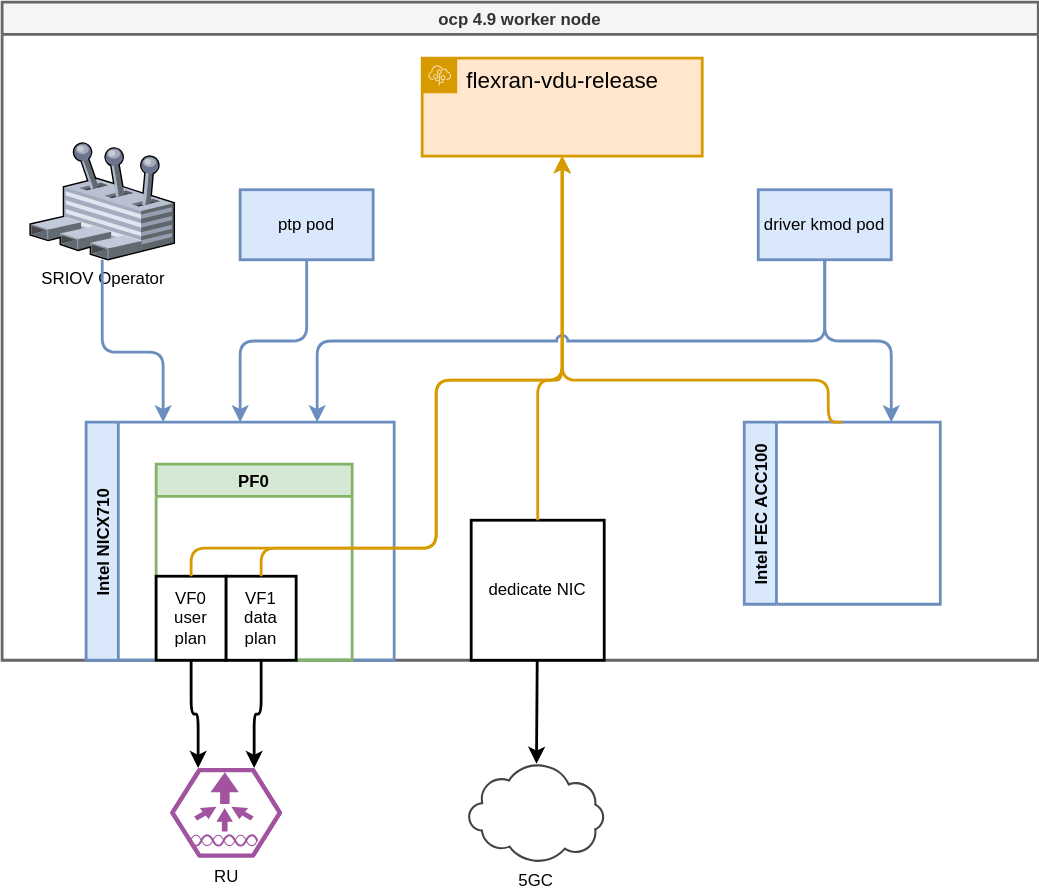
wangzheng422/docker_env keeps this draw.io diagram as redhat/ocp4/4.10/dia/4.10.flexran.pf.operator.drawio.svg. Above is the earlier version. Source tidied: cells renumbered, new cells last; positions are measured from the earlier drawing's top-left corner, leaving out a move shared by most shapes.
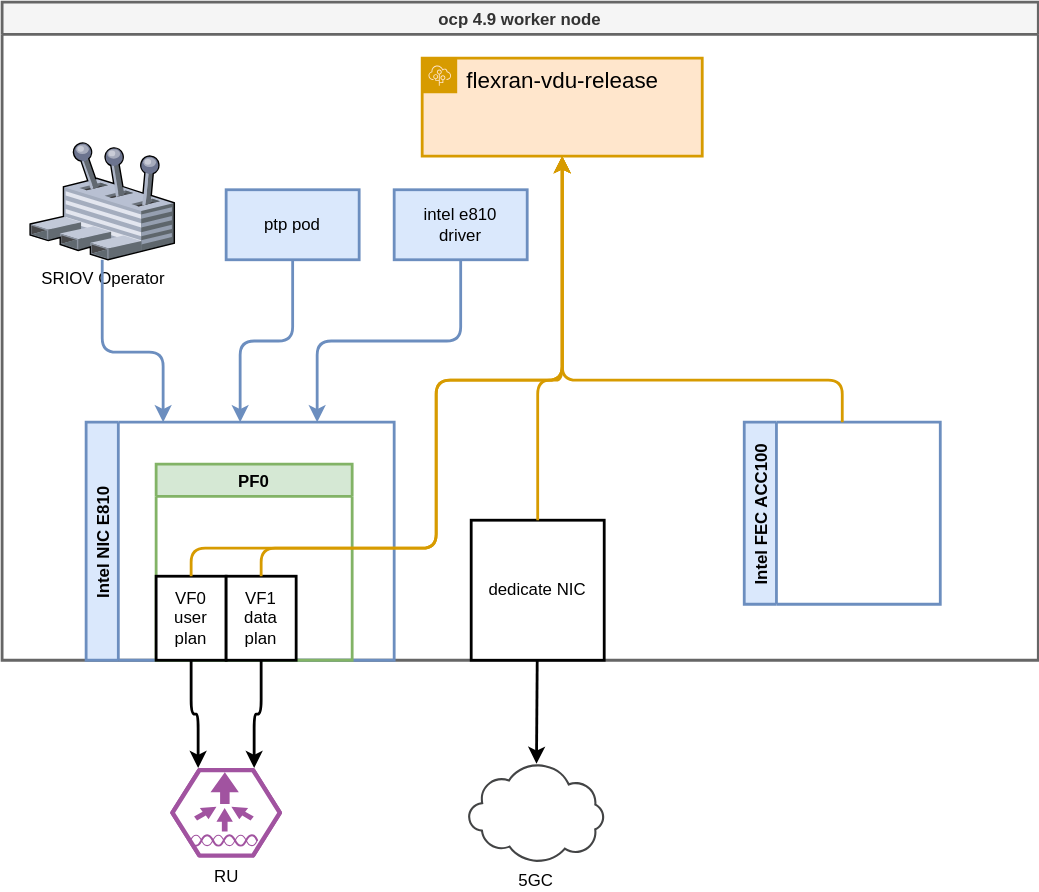
After the commit.

Change to the diagram source:
```diff
@@ -8,7 +8,7 @@
     <mxCell id="3" value="flexran-vdu-release" style="points=[[0,0],[0.25,0],[0.5,0],[0.75,0],[1,0],[1,0.25],[1,0.5],[1,0.75],[1,1],[0.75,1],[0.5,1],[0.25,1],[0,1],[0,0.75],[0,0.5],[0,0.25]];outlineConnect=0;html=1;whiteSpace=wrap;fontSize=16;fontStyle=0;shape=mxgraph.aws4.group;grIcon=mxgraph.aws4.group_elastic_beanstalk;strokeColor=#d79b00;fillColor=#ffe6cc;verticalAlign=top;align=left;spacingLeft=30;dashed=0;strokeWidth=2;" parent="2" vertex="1">
       <mxGeometry x="300" y="40" width="200" height="70" as="geometry" />
     </mxCell>
-    <mxCell id="4" value="Intel NICX710" style="swimlane;horizontal=0;strokeWidth=2;startSize=23;fillColor=#dae8fc;strokeColor=#6c8ebf;" parent="2" vertex="1">
+    <mxCell id="4" value="Intel NIC E810" style="swimlane;horizontal=0;strokeWidth=2;startSize=23;fillColor=#dae8fc;strokeColor=#6c8ebf;" parent="2" vertex="1">
       <mxGeometry x="60" y="300" width="220" height="170" as="geometry" />
     </mxCell>
     <mxCell id="5" value="PF0" style="swimlane;strokeWidth=2;fillColor=#d5e8d4;strokeColor=#82b366;" parent="4" vertex="1">
@@ -57,12 +57,9 @@
         </Array>
       </mxGeometry>
     </mxCell>
-    <mxCell id="14" value="driver kmod pod" style="rounded=0;whiteSpace=wrap;html=1;strokeWidth=2;fillColor=#dae8fc;strokeColor=#6c8ebf;" parent="2" vertex="1">
-      <mxGeometry x="540" y="134" width="95" height="50" as="geometry" />
+    <mxCell id="14" value="intel e810&lt;br&gt;driver" style="rounded=0;whiteSpace=wrap;html=1;strokeWidth=2;fillColor=#dae8fc;strokeColor=#6c8ebf;" parent="2" vertex="1">
+      <mxGeometry x="280" y="134" width="95" height="50" as="geometry" />
     </mxCell>
-    <mxCell id="15" style="edgeStyle=orthogonalEdgeStyle;html=1;strokeWidth=2;fillColor=#dae8fc;strokeColor=#6c8ebf;exitX=0.5;exitY=1;exitDx=0;exitDy=0;entryX=0.75;entryY=0;entryDx=0;entryDy=0;" parent="2" edge="1" source="14" target="8">
-      <mxGeometry relative="1" as="geometry" />
-    </mxCell>
     <mxCell id="16" style="edgeStyle=orthogonalEdgeStyle;html=1;strokeWidth=2;fillColor=#dae8fc;strokeColor=#6c8ebf;exitX=0.5;exitY=1;exitDx=0;exitDy=0;entryX=0.75;entryY=0;entryDx=0;entryDy=0;jumpStyle=arc;" parent="2" edge="1" source="14" target="4">
       <mxGeometry relative="1" as="geometry" />
     </mxCell>
@@ -70,7 +67,7 @@
       <mxGeometry relative="1" as="geometry" />
     </mxCell>
     <mxCell id="18" value="ptp pod" style="rounded=0;whiteSpace=wrap;html=1;strokeWidth=2;fillColor=#dae8fc;strokeColor=#6c8ebf;" parent="2" vertex="1">
-      <mxGeometry x="170" y="134" width="95" height="50" as="geometry" />
+      <mxGeometry x="160" y="134" width="95" height="50" as="geometry" />
     </mxCell>
     <mxCell id="19" style="edgeStyle=orthogonalEdgeStyle;html=1;strokeWidth=2;fillColor=#ffe6cc;strokeColor=#d79b00;exitX=0.5;exitY=0;exitDx=0;exitDy=0;" parent="1" edge="1" source="11">
       <mxGeometry relative="1" as="geometry">
@@ -85,7 +82,7 @@
       <mxGeometry relative="1" as="geometry">
         <mxPoint x="400" y="110" as="targetPoint" />
         <Array as="points">
-          <mxPoint x="590" y="270" />
+          <mxPoint x="600" y="270" />
           <mxPoint x="400" y="270" />
         </Array>
       </mxGeometry>
```
